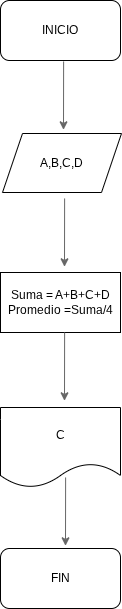
Above: Ejercicio_2_Lucas.drawio.png in lucri1384/Pensamiento-computacional (draw.io), before the change. Source tidied: cells renumbered, new cells last; positions are measured from the earlier drawing's top-left corner, leaving out a move shared by most shapes.
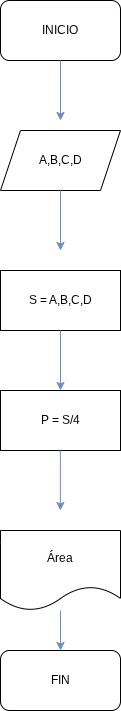
Later version of the same file.

Change to the diagram source:
```diff
@@ -1,45 +1,51 @@
-<mxGraphModel background="light-dark(#FFFFFF,#FFFFFF)">
+<mxGraphModel>
   <root>
     <mxCell id="0" />
     <mxCell id="1" parent="0" />
-    <mxCell id="2" value="INICIO" style="rounded=1;whiteSpace=wrap;html=1;labelBackgroundColor=none;" parent="1" vertex="1">
-      <mxGeometry width="120" height="60" as="geometry" />
+    <mxCell id="2" value="INICIO" style="rounded=1;whiteSpace=wrap;html=1;" parent="1" vertex="1">
+      <mxGeometry x="-15" y="-70" width="120" height="60" as="geometry" />
     </mxCell>
     <mxCell id="3" value="A,B,C,D" style="shape=parallelogram;perimeter=parallelogramPerimeter;whiteSpace=wrap;html=1;fixedSize=1;" parent="1" vertex="1">
-      <mxGeometry x="2" y="133" width="119" height="59" as="geometry" />
+      <mxGeometry x="-15" y="60" width="120" height="60" as="geometry" />
     </mxCell>
-    <mxCell id="4" value="Suma = A+B+C+D&lt;div&gt;Promedio =Suma/4&lt;/div&gt;" style="rounded=0;whiteSpace=wrap;html=1;" parent="1" vertex="1">
-      <mxGeometry y="272" width="120" height="60" as="geometry" />
-    </mxCell>
-    <mxCell id="5" value="C" style="shape=document;whiteSpace=wrap;html=1;boundedLbl=1;" parent="1" vertex="1">
-      <mxGeometry y="407" width="120" height="80" as="geometry" />
-    </mxCell>
+    <mxCell id="11" value="S = A,B,C,D" style="rounded=0;whiteSpace=wrap;html=1;" parent="1" vertex="1">
+      <mxGeometry x="-15" y="200" width="120" height="60" as="geometry" />
+    </mxCell>
+    <mxCell id="12" value="P = S/4" style="rounded=0;whiteSpace=wrap;html=1;" parent="1" vertex="1">
+      <mxGeometry x="-15" y="320" width="120" height="60" as="geometry" />
+    </mxCell>
+    <mxCell id="13" value="Área" style="shape=document;whiteSpace=wrap;html=1;boundedLbl=1;" parent="1" vertex="1">
+      <mxGeometry x="-15" y="460" width="120" height="80" as="geometry" />
+    </mxCell>
+    <mxCell id="14" style="endArrow=classic;html=1;rounded=0;fillColor=#dae8fc;gradientColor=#7ea6e0;strokeColor=#6c8ebf;" parent="1" edge="1">
+      <mxGeometry relative="1" as="geometry">
+        <mxPoint x="44.9" y="380" as="sourcePoint" />
+        <mxPoint x="44.9" y="440" as="targetPoint" />
+      </mxGeometry>
+    </mxCell>
+    <mxCell id="15" style="endArrow=classic;html=1;rounded=0;fillColor=#dae8fc;gradientColor=#7ea6e0;strokeColor=#6c8ebf;" parent="1" edge="1">
+      <mxGeometry relative="1" as="geometry">
+        <mxPoint x="45" y="260" as="sourcePoint" />
+        <mxPoint x="45" y="320" as="targetPoint" />
+      </mxGeometry>
+    </mxCell>
+    <mxCell id="16" style="endArrow=classic;html=1;rounded=0;fillColor=#dae8fc;gradientColor=#7ea6e0;strokeColor=#6c8ebf;" parent="1" edge="1">
+      <mxGeometry relative="1" as="geometry">
+        <mxPoint x="45" y="120" as="sourcePoint" />
+        <mxPoint x="45" y="180" as="targetPoint" />
+      </mxGeometry>
+    </mxCell>
+    <mxCell id="17" style="endArrow=classic;html=1;rounded=0;fillColor=#dae8fc;gradientColor=#7ea6e0;strokeColor=#6c8ebf;" parent="1" edge="1">
+      <mxGeometry relative="1" as="geometry">
+        <mxPoint x="45" y="-10" as="sourcePoint" />
+        <mxPoint x="45" y="50" as="targetPoint" />
+      </mxGeometry>
+    </mxCell>
+    <mxCell id="18" style="endArrow=classic;html=1;rounded=0;fillColor=#dae8fc;gradientColor=#7ea6e0;strokeColor=#6c8ebf;" parent="1" edge="1" source="13" target="6">
+      <mxGeometry relative="1" as="geometry" />
+    </mxCell>
     <mxCell id="6" value="FIN" style="rounded=1;whiteSpace=wrap;html=1;" parent="1" vertex="1">
-      <mxGeometry y="548" width="120" height="60" as="geometry" />
+      <mxGeometry x="-15" y="580" width="120" height="60" as="geometry" />
     </mxCell>
-    <mxCell id="7" style="endArrow=classic;html=1;rounded=0;fontColor=none;labelBackgroundColor=light-dark(#FFFFFF, #ffffff);textShadow=0;labelBorderColor=none;noLabel=1;fillColor=#f5f5f5;strokeColor=#666666;entryX=0.549;entryY=0.005;entryDx=0;entryDy=0;entryPerimeter=0;" parent="1" edge="1">
-      <mxGeometry relative="1" as="geometry">
-        <mxPoint x="64.1" y="198" as="sourcePoint" />
-        <mxPoint x="64" y="266.3" as="targetPoint" />
-      </mxGeometry>
-    </mxCell>
-    <mxCell id="8" style="endArrow=classic;html=1;rounded=0;fontColor=none;labelBackgroundColor=light-dark(#FFFFFF, #ffffff);textShadow=0;labelBorderColor=none;noLabel=1;fillColor=#f5f5f5;strokeColor=#666666;entryX=0.549;entryY=0.005;entryDx=0;entryDy=0;entryPerimeter=0;" parent="1" edge="1">
-      <mxGeometry relative="1" as="geometry">
-        <mxPoint x="63.1" y="61" as="sourcePoint" />
-        <mxPoint x="63" y="129.3" as="targetPoint" />
-      </mxGeometry>
-    </mxCell>
-    <mxCell id="9" style="endArrow=classic;html=1;rounded=0;fontColor=none;labelBackgroundColor=light-dark(#FFFFFF, #ffffff);textShadow=0;labelBorderColor=none;noLabel=1;fillColor=#f5f5f5;strokeColor=#666666;entryX=0.549;entryY=0.005;entryDx=0;entryDy=0;entryPerimeter=0;" parent="1" edge="1">
-      <mxGeometry relative="1" as="geometry">
-        <mxPoint x="64.1" y="332" as="sourcePoint" />
-        <mxPoint x="64" y="400.3" as="targetPoint" />
-      </mxGeometry>
-    </mxCell>
-    <mxCell id="10" style="endArrow=classic;html=1;rounded=0;fontColor=none;labelBackgroundColor=light-dark(#FFFFFF, #ffffff);textShadow=0;labelBorderColor=none;noLabel=1;fillColor=#f5f5f5;strokeColor=#666666;entryX=0.549;entryY=0.005;entryDx=0;entryDy=0;entryPerimeter=0;" parent="1" edge="1">
-      <mxGeometry relative="1" as="geometry">
-        <mxPoint x="65.1" y="477" as="sourcePoint" />
-        <mxPoint x="65" y="545.3" as="targetPoint" />
-      </mxGeometry>
-    </mxCell>
   </root>
 </mxGraphModel>
```
